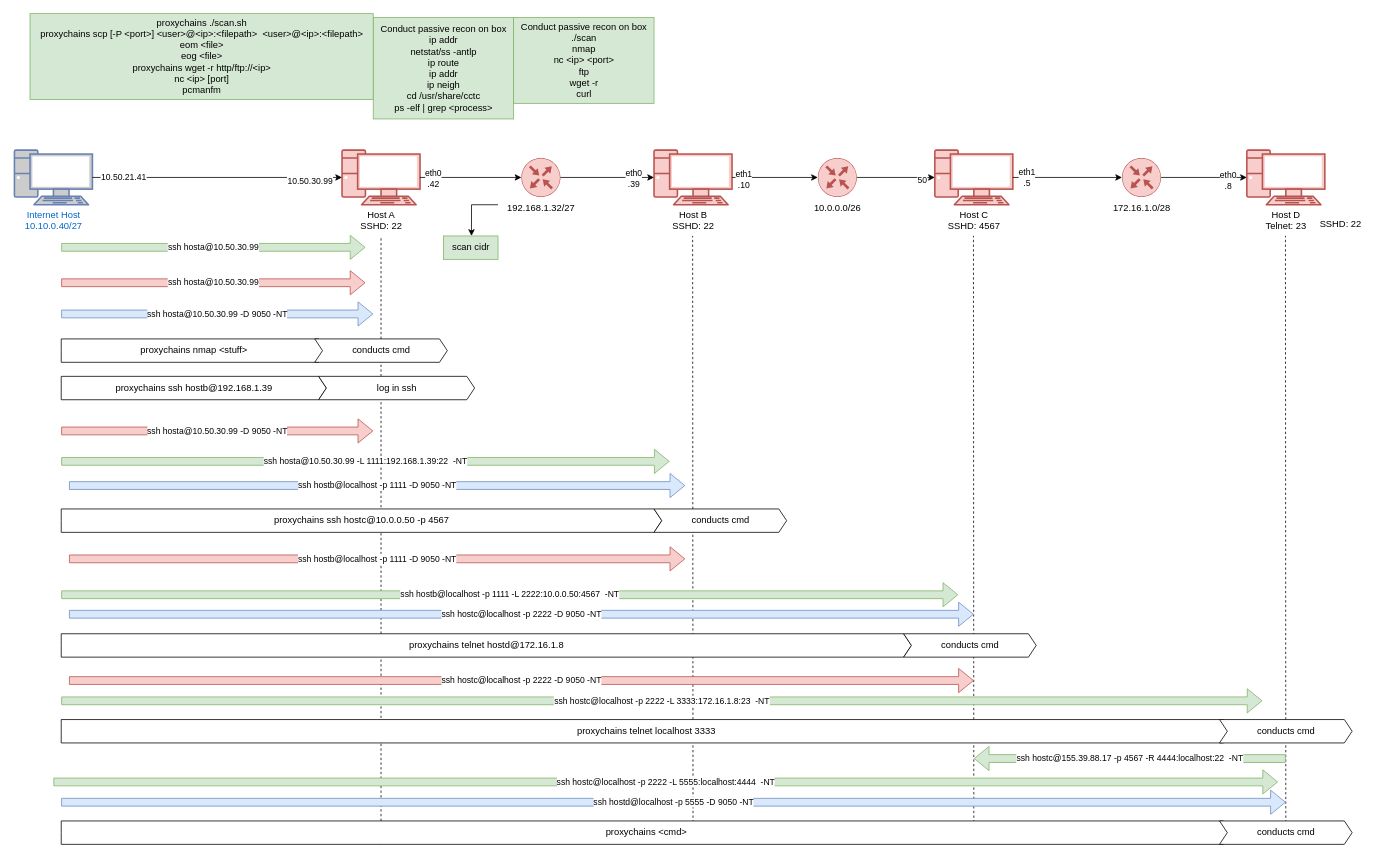
The draw.io diagram CCTC/NET/Tunnel_Practice.drawio in wifi96h/new, before the edit. Source tidied: cells renumbered, new cells numbered last; positions are measured from the earlier drawing's top-left corner, leaving out a move shared by most shapes. Both pictures are drawn from the tidied source at 78%, with x=0, y=0 at pixel (14, 13).
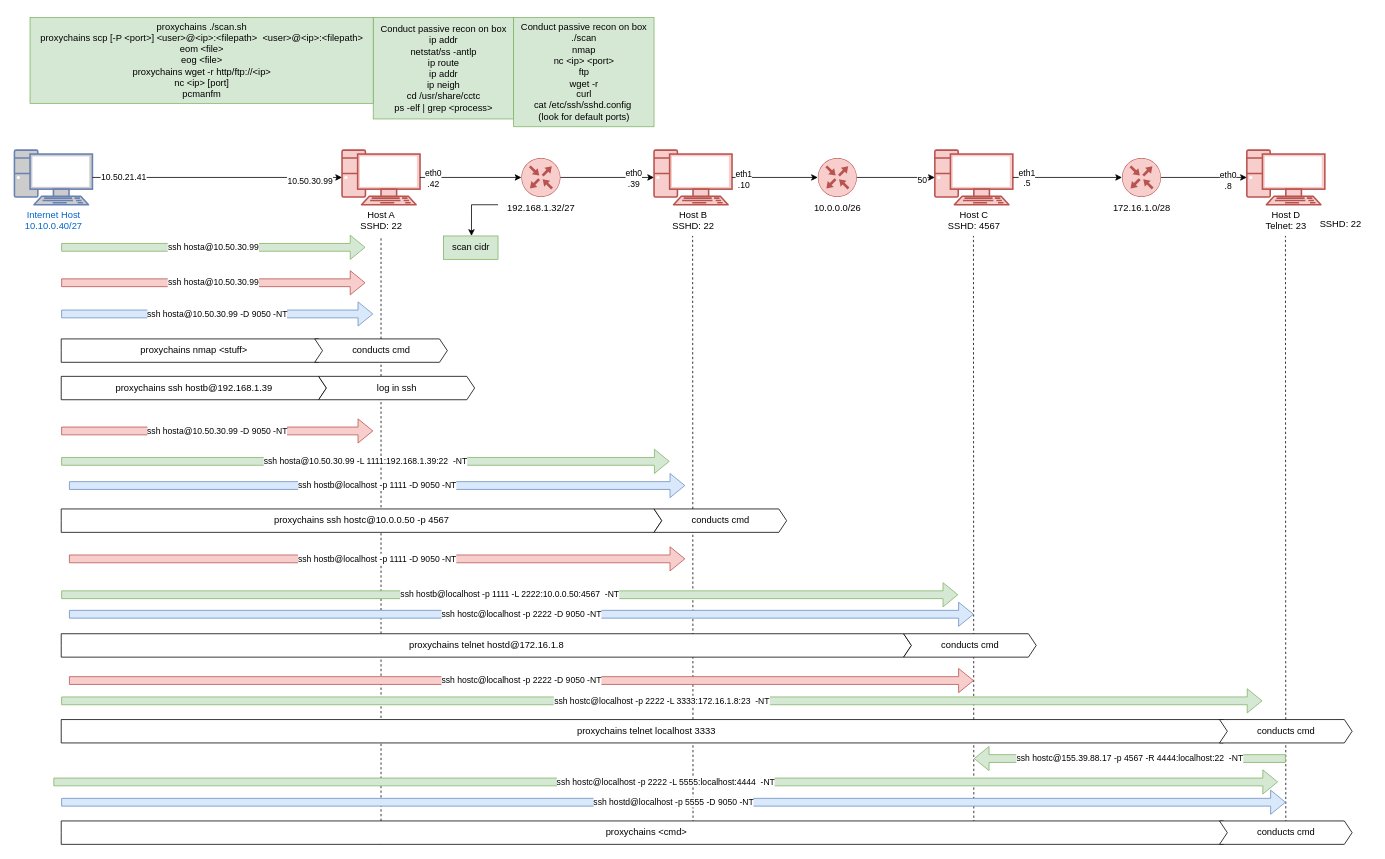
The same page after the edit.

Diff of the diagram source:
```diff
@@
-    <mxCell id="49" value="&lt;div&gt;Conduct passive recon on box&lt;/div&gt;&lt;div&gt;./scan&lt;/div&gt;&lt;div&gt;nmap&lt;/div&gt;&lt;div&gt;nc &amp;lt;ip&amp;gt; &amp;lt;port&amp;gt;&lt;/div&gt;&lt;div&gt;ftp&lt;/div&gt;&lt;div&gt;wget -r&lt;/div&gt;&lt;div&gt;curl&lt;/div&gt;" style="text;html=1;align=center;verticalAlign=middle;strokeColor=#82b366;fillColor=#d5e8d4;" parent="1" vertex="1">
-      <mxGeometry x="640" y="5" width="180" height="110" as="geometry" />
+    <mxCell id="49" value="&lt;div&gt;Conduct passive recon on box&lt;/div&gt;&lt;div&gt;./scan&lt;/div&gt;&lt;div&gt;nmap&lt;/div&gt;&lt;div&gt;nc &amp;lt;ip&amp;gt; &amp;lt;port&amp;gt;&lt;/div&gt;&lt;div&gt;ftp&lt;/div&gt;&lt;div&gt;wget -r&lt;/div&gt;&lt;div&gt;curl&lt;/div&gt;&lt;div&gt;cat /etc/ssh/sshd.config&amp;nbsp;&lt;/div&gt;&lt;div&gt;(look for default ports)&lt;/div&gt;" style="text;html=1;align=center;verticalAlign=middle;strokeColor=#82b366;fillColor=#d5e8d4;" parent="1" vertex="1">
+      <mxGeometry x="640" y="5" width="180" height="140" as="geometry" />
     </mxCell>
     <mxCell id="50" value="proxychains ./scan.sh&lt;div&gt;proxychains scp [-P &amp;lt;port&amp;gt;] &amp;lt;user&amp;gt;@&amp;lt;ip&amp;gt;:&amp;lt;filepath&amp;gt;&amp;nbsp; &amp;lt;user&amp;gt;@&amp;lt;ip&amp;gt;:&amp;lt;filepath&amp;gt;&lt;/div&gt;&lt;div&gt;eom &amp;lt;file&amp;gt;&lt;/div&gt;&lt;div&gt;eog &amp;lt;file&amp;gt;&lt;/div&gt;&lt;div&gt;proxychains wget -r http/ftp://&amp;lt;ip&amp;gt;&lt;/div&gt;&lt;div&gt;nc &amp;lt;ip&amp;gt; [port]&lt;/div&gt;&lt;div&gt;pcmanfm&lt;/div&gt;" style="text;html=1;align=center;verticalAlign=middle;strokeColor=#82b366;fillColor=#d5e8d4;" parent="1" vertex="1">
-      <mxGeometry x="20" width="440" height="110" as="geometry" />
+      <mxGeometry x="20" y="5" width="440" height="110" as="geometry" />
     </mxCell>
```
